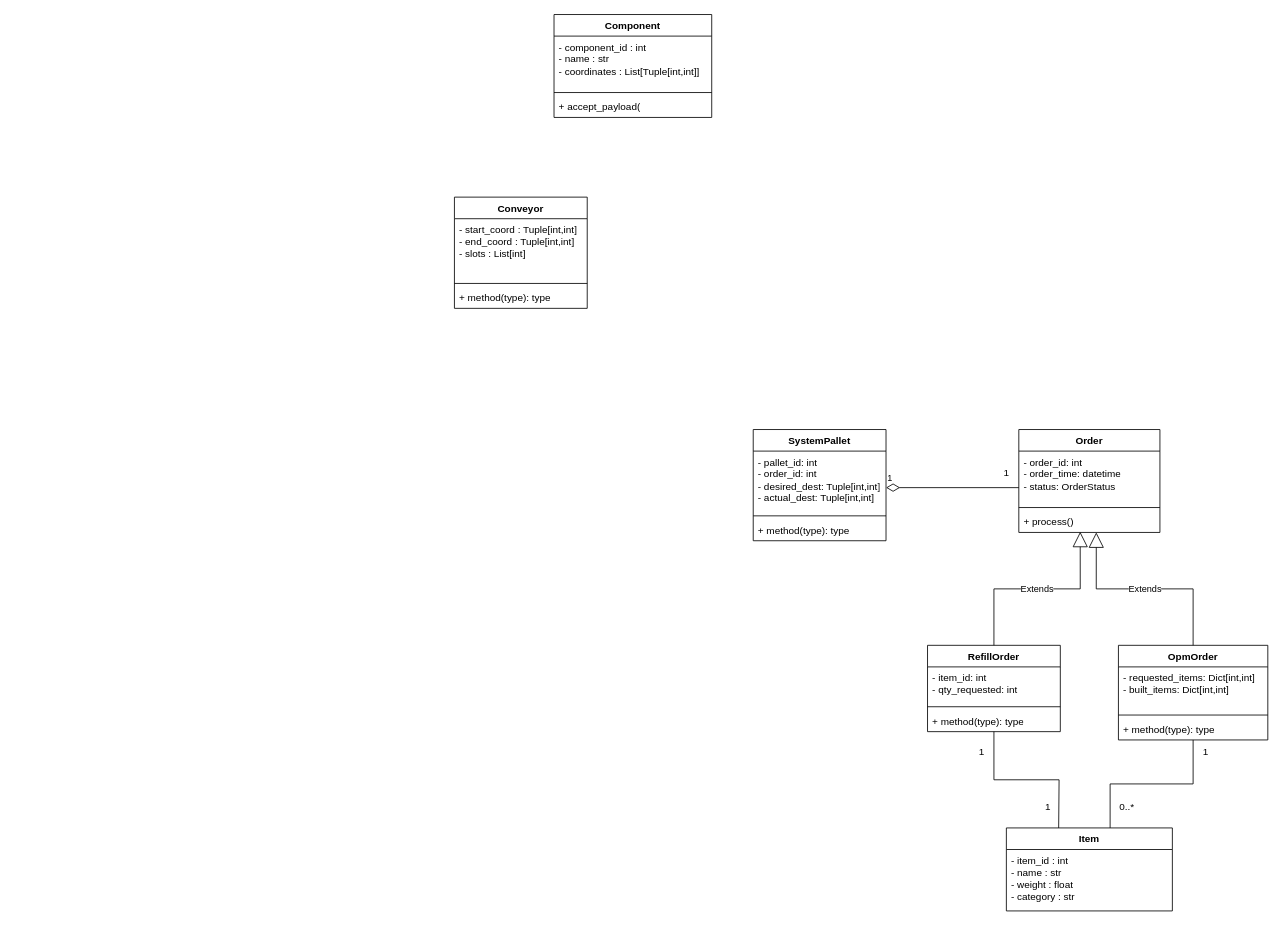
joonaMakiKorte/MaterialFlow keeps this draw.io diagram as docs/uml/class_diagram.drawio. Above is the earlier version. Source tidied: cells renumbered, new cells numbered last; positions are measured from the earlier drawing's top-left corner, leaving out a move shared by most shapes. Both pictures are drawn from the tidied source at 83%, with x=0, y=0 at pixel (454, 14).
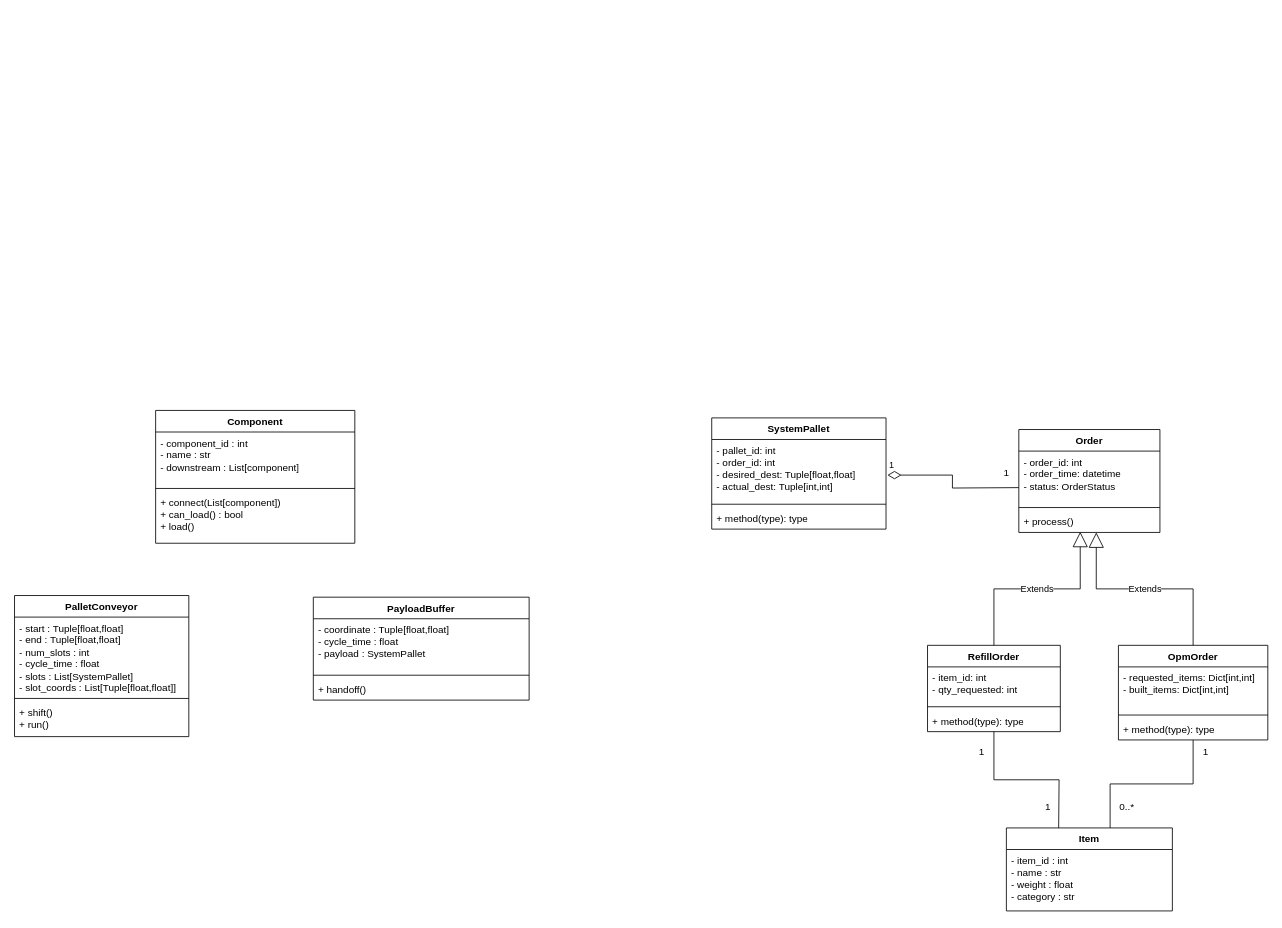
After the change.

Commit message (it also covers changes not shown here):
Implementing payload buffer

What changed in the source:
```diff
@@
     <mxCell id="8" value="SystemPallet" style="swimlane;fontStyle=1;align=center;verticalAlign=top;horizontal=1;startSize=26;whiteSpace=wrap;html=1;" parent="1" vertex="1">
-      <mxGeometry x="360" y="500" width="160" height="134" as="geometry" />
+      <mxGeometry x="310" y="486" width="210" height="134" as="geometry" />
     </mxCell>
-    <mxCell id="9" value="- pallet_id: int&lt;div&gt;- order_id: int&lt;/div&gt;&lt;div&gt;- desired_dest: Tuple[int,int]&lt;/div&gt;&lt;div&gt;- actual_dest: Tuple[int,int]&lt;br&gt;&lt;div&gt;&lt;br&gt;&lt;/div&gt;&lt;/div&gt;" style="text;strokeColor=none;fillColor=none;align=left;verticalAlign=top;spacingLeft=4;spacingRight=4;overflow=hidden;points=[[0,0.5],[1,0.5]];portConstraint=eastwest;whiteSpace=wrap;html=1;" parent="8" vertex="1">
-      <mxGeometry y="26" width="160" height="74" as="geometry" />
+    <mxCell id="9" value="- pallet_id: int&lt;div&gt;- order_id: int&lt;/div&gt;&lt;div&gt;- desired_dest: Tuple[float,float]&lt;/div&gt;&lt;div&gt;- actual_dest: Tuple[int,int]&lt;br&gt;&lt;div&gt;&lt;br&gt;&lt;/div&gt;&lt;/div&gt;" style="text;strokeColor=none;fillColor=none;align=left;verticalAlign=top;spacingLeft=4;spacingRight=4;overflow=hidden;points=[[0,0.5],[1,0.5]];portConstraint=eastwest;whiteSpace=wrap;html=1;" parent="8" vertex="1">
+      <mxGeometry y="26" width="210" height="74" as="geometry" />
     </mxCell>
     <mxCell id="10" style="line;strokeWidth=1;fillColor=none;align=left;verticalAlign=middle;spacingTop=-1;spacingLeft=3;spacingRight=3;labelPosition=right;strokeColor=inherit;" parent="8" vertex="1">
-      <mxGeometry y="100" width="160" height="8" as="geometry" />
+      <mxGeometry y="100" width="210" height="8" as="geometry" />
     </mxCell>
     <mxCell id="11" value="+ method(type): type" style="text;strokeColor=none;fillColor=none;align=left;verticalAlign=top;spacingLeft=4;spacingRight=4;overflow=hidden;whiteSpace=wrap;html=1;" parent="8" vertex="1">
-      <mxGeometry y="108" width="160" height="26" as="geometry" />
+      <mxGeometry y="108" width="210" height="26" as="geometry" />
     </mxCell>
@@
-    <mxCell id="28" value="1" style="endArrow=none;html=1;endSize=12;startArrow=diamondThin;startSize=14;startFill=0;edgeStyle=orthogonalEdgeStyle;align=left;verticalAlign=bottom;rounded=0;endFill=0;" parent="1" edge="1">
+    <mxCell id="28" value="1" style="endArrow=none;html=1;endSize=12;startArrow=diamondThin;startSize=14;startFill=0;edgeStyle=orthogonalEdgeStyle;align=left;verticalAlign=bottom;rounded=0;endFill=0;exitX=1.008;exitY=0.58;exitDx=0;exitDy=0;exitPerimeter=0;" parent="1" edge="1" source="9">
       <mxGeometry x="-1" y="3" relative="1" as="geometry">
-        <mxPoint x="520" y="570" as="sourcePoint" />
         <mxPoint x="680" y="570" as="targetPoint" />
       </mxGeometry>
     </mxCell>
@@
     <mxCell id="30" value="Component" style="swimlane;fontStyle=1;align=center;verticalAlign=top;horizontal=1;startSize=26;whiteSpace=wrap;html=1;" parent="1" vertex="1">
-      <mxGeometry x="120" width="190" height="124" as="geometry" />
+      <mxGeometry x="-360" y="477" width="240" height="160" as="geometry" />
     </mxCell>
-    <mxCell id="31" value="- component_id : int&lt;div&gt;- name : str&lt;/div&gt;&lt;div&gt;- coordinates : List[Tuple[int,int]]&lt;/div&gt;" style="text;strokeColor=none;fillColor=none;align=left;verticalAlign=top;spacingLeft=4;spacingRight=4;overflow=hidden;whiteSpace=wrap;html=1;" parent="30" vertex="1">
-      <mxGeometry y="26" width="190" height="64" as="geometry" />
+    <mxCell id="31" value="- component_id : int&lt;div&gt;- name : str&lt;/div&gt;&lt;div&gt;- downstream : List[component]&lt;/div&gt;" style="text;strokeColor=none;fillColor=none;align=left;verticalAlign=top;spacingLeft=4;spacingRight=4;overflow=hidden;whiteSpace=wrap;html=1;" parent="30" vertex="1">
+      <mxGeometry y="26" width="240" height="64" as="geometry" />
     </mxCell>
     <mxCell id="32" style="line;strokeWidth=1;fillColor=none;align=left;verticalAlign=middle;spacingTop=-1;spacingLeft=3;spacingRight=3;labelPosition=right;strokeColor=inherit;" parent="30" vertex="1">
-      <mxGeometry y="90" width="190" height="8" as="geometry" />
+      <mxGeometry y="90" width="240" height="8" as="geometry" />
     </mxCell>
-    <mxCell id="33" value="+ accept_payload(" style="text;strokeColor=none;fillColor=none;align=left;verticalAlign=top;spacingLeft=4;spacingRight=4;overflow=hidden;whiteSpace=wrap;html=1;" parent="30" vertex="1">
-      <mxGeometry y="98" width="190" height="26" as="geometry" />
+    <mxCell id="33" value="+ connect(List[component])&lt;div&gt;+ can_load() : bool&lt;/div&gt;&lt;div&gt;+ load()&lt;/div&gt;" style="text;strokeColor=none;fillColor=none;align=left;verticalAlign=top;spacingLeft=4;spacingRight=4;overflow=hidden;whiteSpace=wrap;html=1;" parent="30" vertex="1">
+      <mxGeometry y="98" width="240" height="62" as="geometry" />
     </mxCell>
-    <mxCell id="34" value="Conveyor" style="swimlane;fontStyle=1;align=center;verticalAlign=top;horizontal=1;startSize=26;whiteSpace=wrap;html=1;" parent="1" vertex="1">
-      <mxGeometry y="220" width="160" height="134" as="geometry" />
+    <mxCell id="34" value="PalletConveyor" style="swimlane;fontStyle=1;align=center;verticalAlign=top;horizontal=1;startSize=26;whiteSpace=wrap;html=1;" parent="1" vertex="1">
+      <mxGeometry x="-530" y="700" width="210" height="170" as="geometry" />
     </mxCell>
-    <mxCell id="35" value="- start_coord : Tuple[int,int]&lt;div&gt;- end_coord : Tuple[int,int]&lt;/div&gt;&lt;div&gt;- slots : List[int]&lt;/div&gt;" style="text;strokeColor=none;fillColor=none;align=left;verticalAlign=top;spacingLeft=4;spacingRight=4;overflow=hidden;whiteSpace=wrap;html=1;" parent="34" vertex="1">
-      <mxGeometry y="26" width="160" height="74" as="geometry" />
+    <mxCell id="35" value="- start : Tuple[float,float]&lt;div&gt;- end : Tuple[float,float]&lt;/div&gt;&lt;div&gt;- num_slots : int&lt;/div&gt;&lt;div&gt;- cycle_time : float&lt;/div&gt;&lt;div&gt;- slots : List[SystemPallet]&lt;/div&gt;&lt;div&gt;- slot_coords : List[Tuple[float,float]]&lt;/div&gt;" style="text;strokeColor=none;fillColor=none;align=left;verticalAlign=top;spacingLeft=4;spacingRight=4;overflow=hidden;whiteSpace=wrap;html=1;" parent="34" vertex="1">
+      <mxGeometry y="26" width="210" height="94" as="geometry" />
     </mxCell>
     <mxCell id="36" style="line;strokeWidth=1;fillColor=none;align=left;verticalAlign=middle;spacingTop=-1;spacingLeft=3;spacingRight=3;labelPosition=right;strokeColor=inherit;" parent="34" vertex="1">
-      <mxGeometry y="100" width="160" height="8" as="geometry" />
+      <mxGeometry y="120" width="210" height="8" as="geometry" />
     </mxCell>
-    <mxCell id="37" value="+ method(type): type" style="text;strokeColor=none;fillColor=none;align=left;verticalAlign=top;spacingLeft=4;spacingRight=4;overflow=hidden;whiteSpace=wrap;html=1;" parent="34" vertex="1">
-      <mxGeometry y="108" width="160" height="26" as="geometry" />
+    <mxCell id="37" value="+ shift()&lt;div&gt;+ run()&lt;/div&gt;" style="text;strokeColor=none;fillColor=none;align=left;verticalAlign=top;spacingLeft=4;spacingRight=4;overflow=hidden;whiteSpace=wrap;html=1;" parent="34" vertex="1">
+      <mxGeometry y="128" width="210" height="42" as="geometry" />
     </mxCell>
+    <mxCell id="38" value="PayloadBuffer" style="swimlane;fontStyle=1;align=center;verticalAlign=top;horizontal=1;startSize=26;whiteSpace=wrap;html=1;" parent="1" vertex="1">
+      <mxGeometry x="-170" y="702" width="260" height="124" as="geometry" />
+    </mxCell>
+    <mxCell id="39" value="- coordinate : Tuple[float,float]&lt;div&gt;- cycle_time : float&lt;/div&gt;&lt;div&gt;- payload : SystemPallet&lt;/div&gt;" style="text;strokeColor=none;fillColor=none;align=left;verticalAlign=top;spacingLeft=4;spacingRight=4;overflow=hidden;whiteSpace=wrap;html=1;" parent="38" vertex="1">
+      <mxGeometry y="26" width="260" height="64" as="geometry" />
+    </mxCell>
+    <mxCell id="40" style="line;strokeWidth=1;fillColor=none;align=left;verticalAlign=middle;spacingTop=-1;spacingLeft=3;spacingRight=3;labelPosition=right;strokeColor=inherit;" parent="38" vertex="1">
+      <mxGeometry y="90" width="260" height="8" as="geometry" />
+    </mxCell>
+    <mxCell id="41" value="+ handoff()" style="text;strokeColor=none;fillColor=none;align=left;verticalAlign=top;spacingLeft=4;spacingRight=4;overflow=hidden;whiteSpace=wrap;html=1;" parent="38" vertex="1">
+      <mxGeometry y="98" width="260" height="26" as="geometry" />
+    </mxCell>
```
